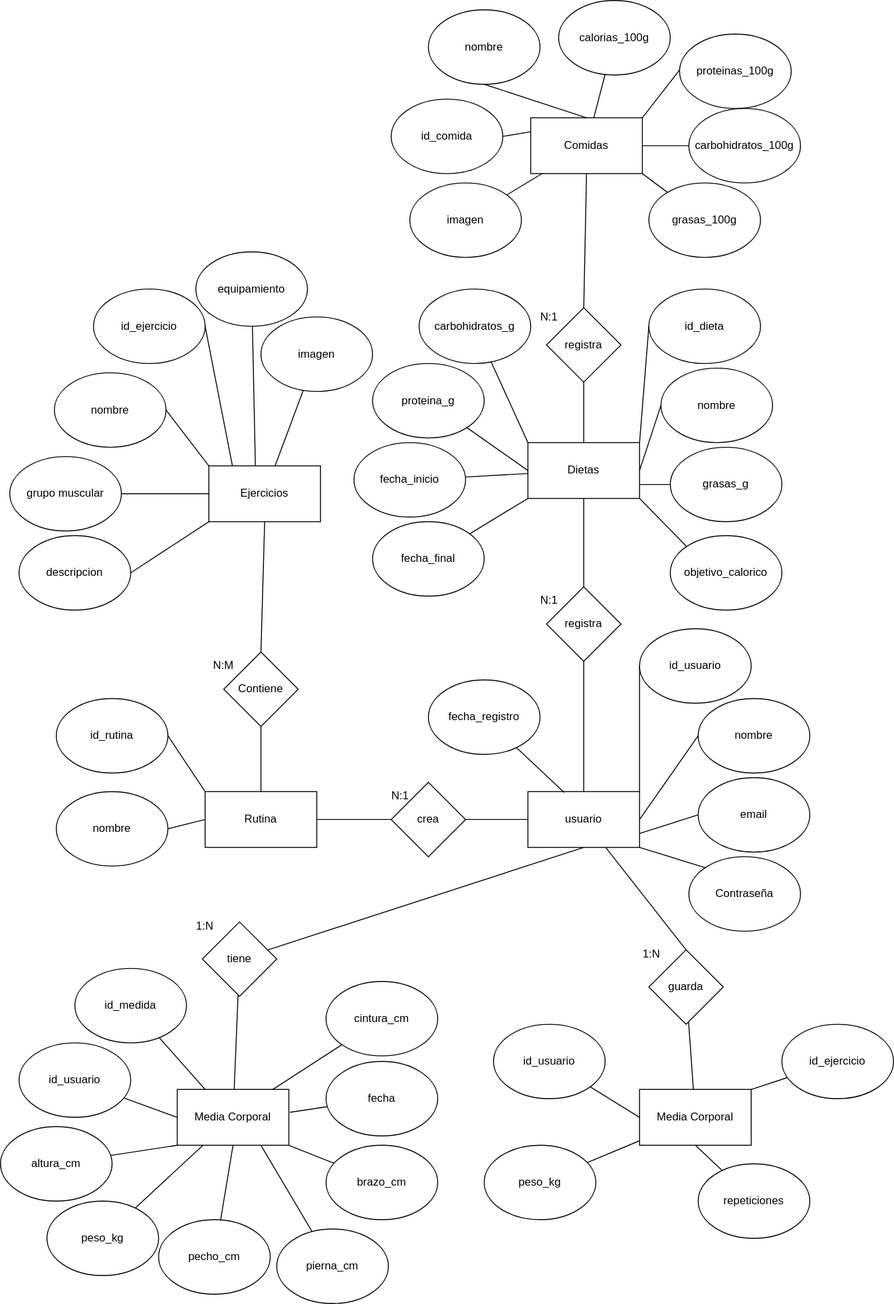
The draw.io diagram BaseDatos/MapaEntidadRelacion.svg in fullace3/Proyecto_Final_DAM, before a commit. Source tidied: cells renumbered, new cells last; positions are measured from the earlier drawing's top-left corner, leaving out a move shared by most shapes.
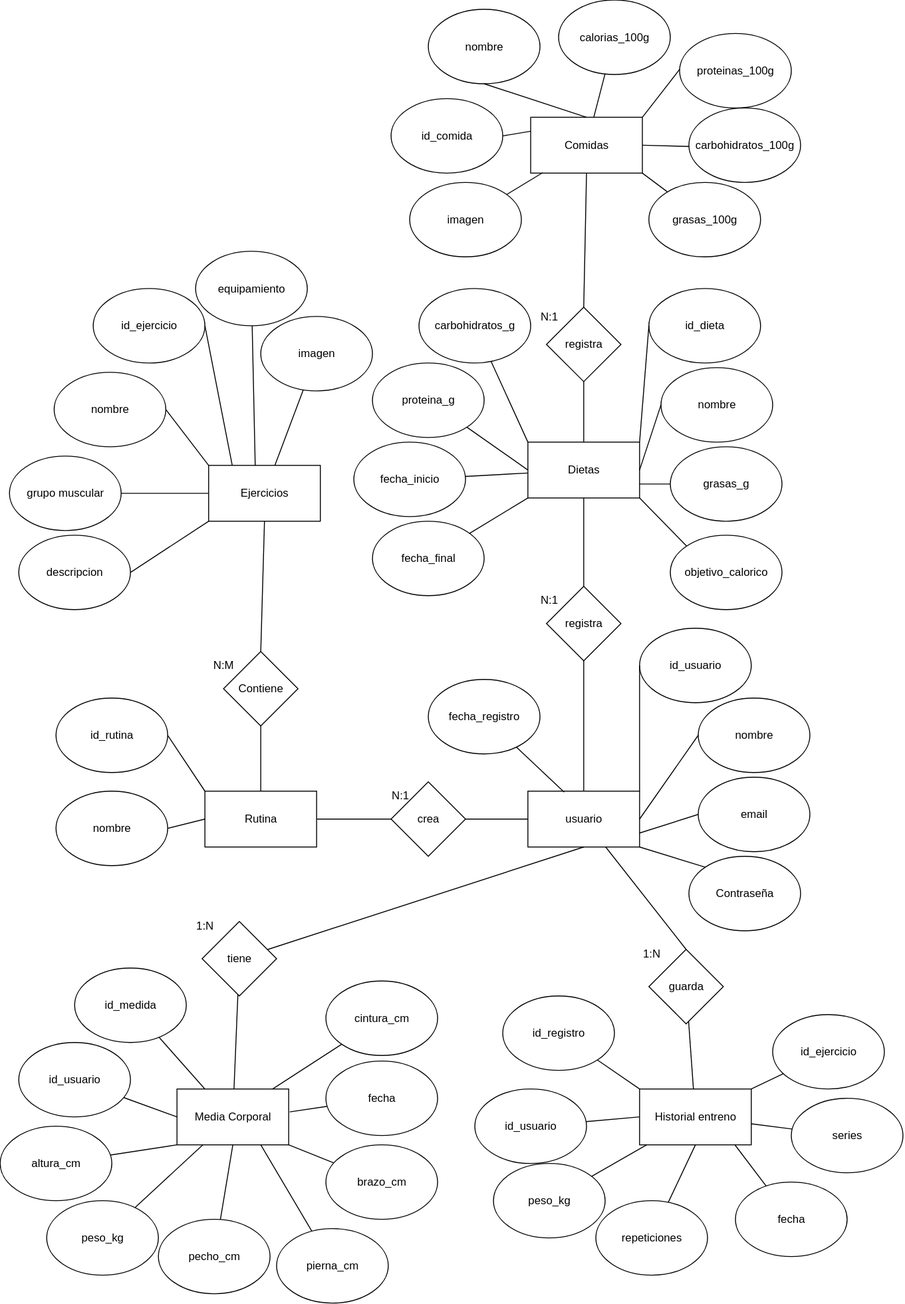
Above is the later version.

Diff of the diagram source:
```diff
@@ -305,20 +305,20 @@
     <mxCell id="102" style="rounded=0;jettySize=auto;html=1;entryX=0.325;entryY=0.017;entryDx=0;entryDy=0;entryPerimeter=0;endArrow=none;endFill=0;" parent="1" edge="1" source="101" target="21">
       <mxGeometry relative="1" as="geometry" />
     </mxCell>
-    <mxCell id="103" value="Media Corporal" style="rounded=0;whiteSpace=wrap;html=1;" parent="1" vertex="1">
+    <mxCell id="103" value="Historial entreno" style="rounded=0;whiteSpace=wrap;html=1;" parent="1" vertex="1">
       <mxGeometry x="687" y="1170" width="120" height="60" as="geometry" />
     </mxCell>
     <mxCell id="104" style="rounded=0;jettySize=auto;html=1;entryX=1;entryY=0;entryDx=0;entryDy=0;endArrow=none;endFill=0;" parent="1" edge="1" source="105" target="103">
       <mxGeometry relative="1" as="geometry" />
     </mxCell>
     <mxCell id="105" value="id_ejercicio" style="ellipse;whiteSpace=wrap;html=1;" parent="1" vertex="1">
-      <mxGeometry x="840" y="1100" width="120" height="80" as="geometry" />
+      <mxGeometry x="830" y="1090" width="120" height="80" as="geometry" />
     </mxCell>
     <mxCell id="106" style="rounded=0;jettySize=auto;html=1;entryX=0;entryY=0.5;entryDx=0;entryDy=0;endArrow=none;endFill=0;" parent="1" edge="1" source="107" target="103">
       <mxGeometry relative="1" as="geometry" />
     </mxCell>
     <mxCell id="107" value="&lt;div&gt;id_usuario&lt;/div&gt;" style="ellipse;whiteSpace=wrap;html=1;" parent="1" vertex="1">
-      <mxGeometry x="530" y="1100" width="120" height="80" as="geometry" />
+      <mxGeometry x="510" y="1170" width="120" height="80" as="geometry" />
     </mxCell>
     <mxCell id="108" style="rounded=0;jettySize=auto;html=1;endArrow=none;endFill=0;" parent="1" edge="1" source="109" target="103">
       <mxGeometry relative="1" as="geometry" />
@@ -330,7 +330,7 @@
       <mxGeometry relative="1" as="geometry" />
     </mxCell>
     <mxCell id="111" value="peso_kg" style="ellipse;whiteSpace=wrap;html=1;" parent="1" vertex="1">
-      <mxGeometry x="520" y="1230" width="120" height="80" as="geometry" />
+      <mxGeometry x="530" y="1250" width="120" height="80" as="geometry" />
     </mxCell>
     <mxCell id="112" value="1:N" style="text;html=1;whiteSpace=wrap;strokeColor=none;fillColor=none;align=center;verticalAlign=middle;rounded=0;" parent="1" vertex="1">
       <mxGeometry x="670" y="1010" width="60" height="30" as="geometry" />
@@ -339,7 +339,25 @@
       <mxGeometry relative="1" as="geometry" />
     </mxCell>
     <mxCell id="114" value="repeticiones" style="ellipse;whiteSpace=wrap;html=1;" parent="1" vertex="1">
-      <mxGeometry x="750" y="1250" width="120" height="80" as="geometry" />
+      <mxGeometry x="640" y="1290" width="120" height="80" as="geometry" />
     </mxCell>
+    <mxCell id="115" style="rounded=0;jettySize=auto;html=1;entryX=0;entryY=0;entryDx=0;entryDy=0;endArrow=none;endFill=0;" parent="1" edge="1" source="116" target="103">
+      <mxGeometry relative="1" as="geometry" />
+    </mxCell>
+    <mxCell id="116" value="&lt;div&gt;id_registro&lt;/div&gt;" style="ellipse;whiteSpace=wrap;html=1;" parent="1" vertex="1">
+      <mxGeometry x="540" y="1070" width="120" height="80" as="geometry" />
+    </mxCell>
+    <mxCell id="117" style="rounded=0;jettySize=auto;html=1;endArrow=none;endFill=0;" parent="1" edge="1" source="118" target="103">
+      <mxGeometry relative="1" as="geometry" />
+    </mxCell>
+    <mxCell id="118" value="series" style="ellipse;whiteSpace=wrap;html=1;" parent="1" vertex="1">
+      <mxGeometry x="850" y="1180" width="120" height="80" as="geometry" />
+    </mxCell>
+    <mxCell id="119" value="fecha" style="ellipse;whiteSpace=wrap;html=1;" parent="1" vertex="1">
+      <mxGeometry x="790" y="1270" width="120" height="80" as="geometry" />
+    </mxCell>
+    <mxCell id="120" style="rounded=0;jettySize=auto;html=1;entryX=0.855;entryY=1.004;entryDx=0;entryDy=0;entryPerimeter=0;endArrow=none;endFill=0;" parent="1" edge="1" source="119" target="103">
+      <mxGeometry relative="1" as="geometry" />
+    </mxCell>
   </root>
 </mxGraphModel>
```
